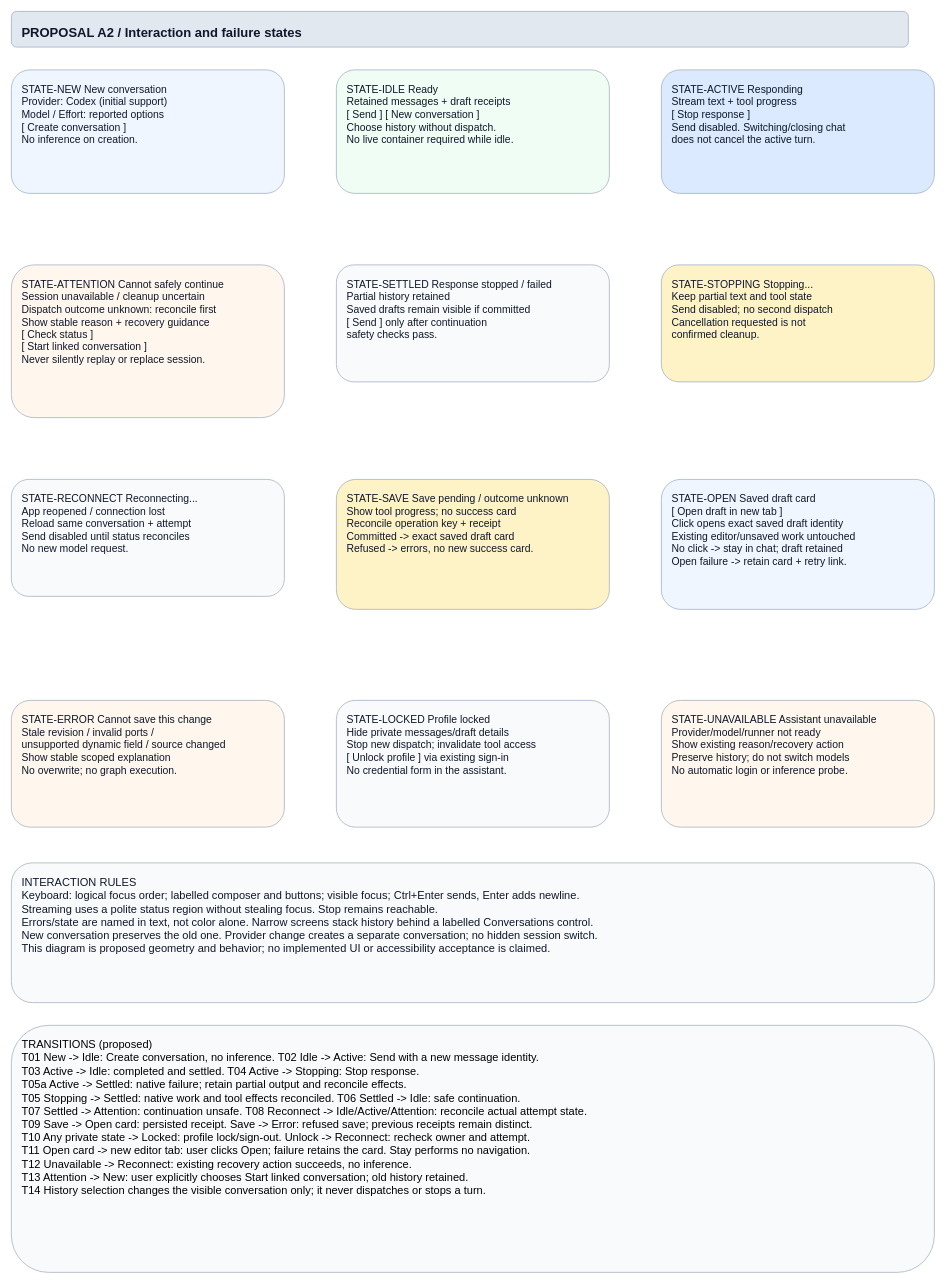
Above: page "A2 - Chat and recovery states" (2 of 3) of projects/laomedo/subsystems/agent-execution/design/application-assistant.drawio in amadou-6e/specs (draw.io), before the change. Source tidied: cells renumbered, new cells numbered last; positions are measured from the earlier drawing's top-left corner, leaving out a move shared by most shapes. Both pictures are drawn from the tidied source at 65%, with x=0, y=0 at pixel (11, 11).
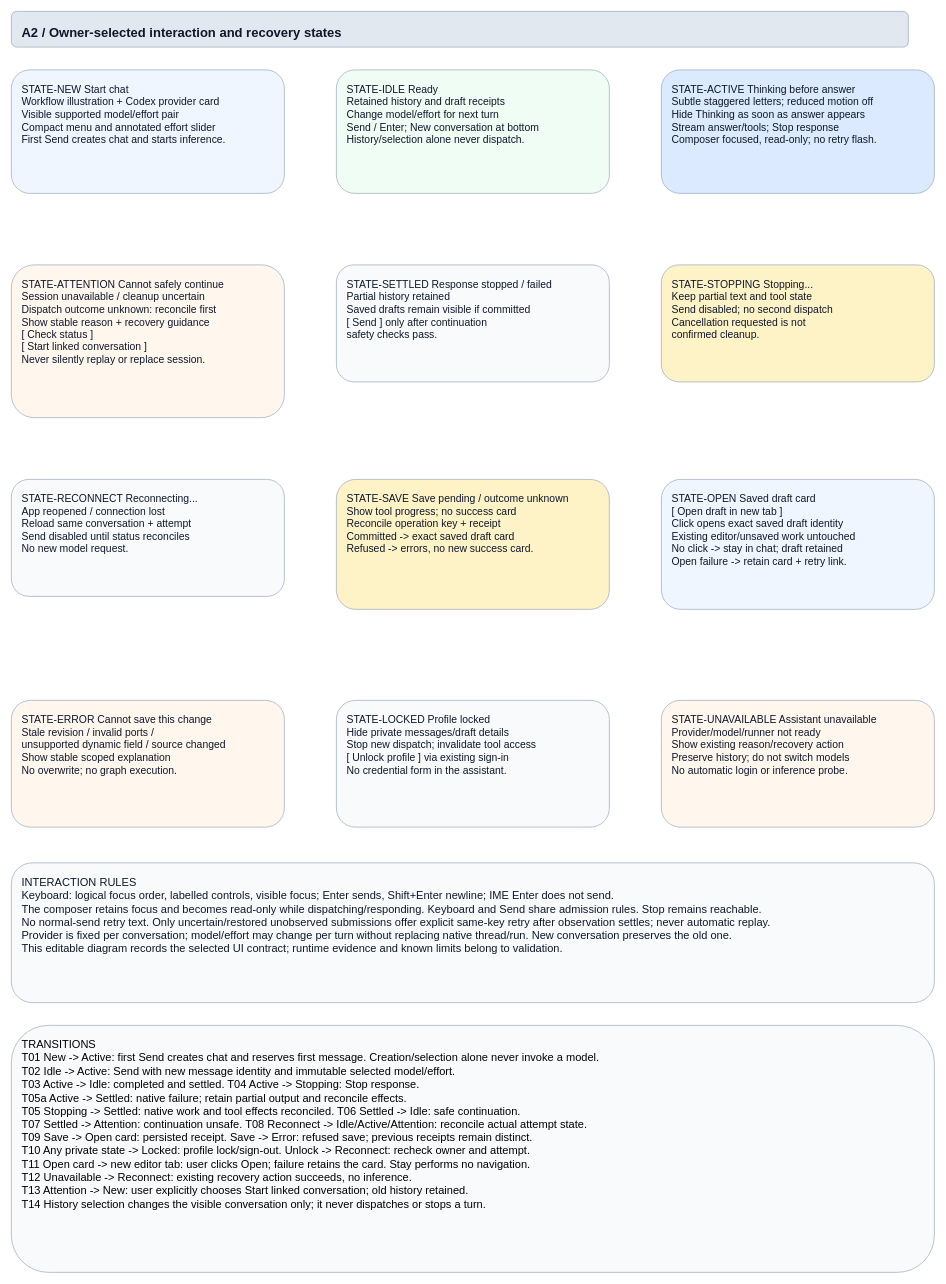
The same page after the edit.

Commit message (it also covers changes not shown here):
docs: align assistant spec with owner-selected chat behavior

Change to the diagram source:
```diff
@@
 <mxGraphModel>
   <root>
     <mxCell id="0" />
     <mxCell id="1" parent="0" />
-    <mxCell id="2" value="PROPOSAL A2 / Interaction and failure states" style="rounded=1;whiteSpace=wrap;html=0;fillColor=#e2e8f0;strokeColor=#94a3b8;fontColor=#0f172a;fontFamily=Arial;fontSize=20;align=left;verticalAlign=top;spacing=16;fontStyle=1;" parent="1" vertex="1">
+    <mxCell id="2" value="A2 / Owner-selected interaction and recovery states" style="rounded=1;whiteSpace=wrap;html=0;fillColor=#e2e8f0;strokeColor=#94a3b8;fontColor=#0f172a;fontFamily=Arial;fontSize=20;align=left;verticalAlign=top;spacing=16;fontStyle=1;" parent="1" vertex="1">
       <mxGeometry width="1380" height="55" as="geometry" />
     </mxCell>
-    <mxCell id="3" value="STATE-NEW  New conversation&#10;Provider: Codex (initial support)&#10;Model / Effort: reported options&#10;[ Create conversation ]&#10;No inference on creation." style="rounded=1;whiteSpace=wrap;html=0;fillColor=#eff6ff;strokeColor=#94a3b8;fontColor=#0f172a;fontFamily=Arial;fontSize=16;align=left;verticalAlign=top;spacing=16;" parent="1" vertex="1">
+    <mxCell id="3" value="STATE-NEW  Start chat&#10;Workflow illustration + Codex provider card&#10;Visible supported model/effort pair&#10;Compact menu and annotated effort slider&#10;First Send creates chat and starts inference." style="rounded=1;whiteSpace=wrap;html=0;fillColor=#eff6ff;strokeColor=#94a3b8;fontColor=#0f172a;fontFamily=Arial;fontSize=16;align=left;verticalAlign=top;spacing=16;" parent="1" vertex="1">
       <mxGeometry y="90" width="420" height="190" as="geometry" />
     </mxCell>
-    <mxCell id="4" value="STATE-IDLE  Ready&#10;Retained messages + draft receipts&#10;[ Send ]  [ New conversation ]&#10;Choose history without dispatch.&#10;No live container required while idle." style="rounded=1;whiteSpace=wrap;html=0;fillColor=#f0fdf4;strokeColor=#94a3b8;fontColor=#0f172a;fontFamily=Arial;fontSize=16;align=left;verticalAlign=top;spacing=16;" parent="1" vertex="1">
+    <mxCell id="4" value="STATE-IDLE  Ready&#10;Retained history and draft receipts&#10;Change model/effort for next turn&#10;Send / Enter; New conversation at bottom&#10;History/selection alone never dispatch." style="rounded=1;whiteSpace=wrap;html=0;fillColor=#f0fdf4;strokeColor=#94a3b8;fontColor=#0f172a;fontFamily=Arial;fontSize=16;align=left;verticalAlign=top;spacing=16;" parent="1" vertex="1">
       <mxGeometry x="500" y="90" width="420" height="190" as="geometry" />
     </mxCell>
-    <mxCell id="5" value="STATE-ACTIVE  Responding&#10;Stream text + tool progress&#10;[ Stop response ]&#10;Send disabled. Switching/closing chat&#10;does not cancel the active turn." style="rounded=1;whiteSpace=wrap;html=0;fillColor=#dbeafe;strokeColor=#94a3b8;fontColor=#0f172a;fontFamily=Arial;fontSize=16;align=left;verticalAlign=top;spacing=16;" parent="1" vertex="1">
+    <mxCell id="5" value="STATE-ACTIVE  Thinking before answer&#10;Subtle staggered letters; reduced motion off&#10;Hide Thinking as soon as answer appears&#10;Stream answer/tools; Stop response&#10;Composer focused, read-only; no retry flash." style="rounded=1;whiteSpace=wrap;html=0;fillColor=#dbeafe;strokeColor=#94a3b8;fontColor=#0f172a;fontFamily=Arial;fontSize=16;align=left;verticalAlign=top;spacing=16;" parent="1" vertex="1">
       <mxGeometry x="1000" y="90" width="420" height="190" as="geometry" />
     </mxCell>
     <mxCell id="6" value="STATE-STOPPING  Stopping...&#10;Keep partial text and tool state&#10;Send disabled; no second dispatch&#10;Cancellation requested is not&#10;confirmed cleanup." style="rounded=1;whiteSpace=wrap;html=0;fillColor=#fef3c7;strokeColor=#94a3b8;fontColor=#0f172a;fontFamily=Arial;fontSize=16;align=left;verticalAlign=top;spacing=16;" parent="1" vertex="1">
       <mxGeometry x="1000" y="390" width="420" height="180" as="geometry" />
     </mxCell>
     <mxCell id="7" value="STATE-SETTLED  Response stopped / failed&#10;Partial history retained&#10;Saved drafts remain visible if committed&#10;[ Send ] only after continuation&#10;safety checks pass." style="rounded=1;whiteSpace=wrap;html=0;fillColor=#f8fafc;strokeColor=#94a3b8;fontColor=#0f172a;fontFamily=Arial;fontSize=16;align=left;verticalAlign=top;spacing=16;" parent="1" vertex="1">
       <mxGeometry x="500" y="390" width="420" height="180" as="geometry" />
     </mxCell>
     <mxCell id="8" value="STATE-ATTENTION  Cannot safely continue&#10;Session unavailable / cleanup uncertain&#10;Dispatch outcome unknown: reconcile first&#10;Show stable reason + recovery guidance&#10;[ Check status ]&#10;[ Start linked conversation ]&#10;Never silently replay or replace session." style="rounded=1;whiteSpace=wrap;html=0;fillColor=#fff7ed;strokeColor=#94a3b8;fontColor=#0f172a;fontFamily=Arial;fontSize=16;align=left;verticalAlign=top;spacing=16;" parent="1" vertex="1">
       <mxGeometry y="390" width="420" height="235" as="geometry" />
     </mxCell>
     <mxCell id="9" value="STATE-RECONNECT  Reconnecting...&#10;App reopened / connection lost&#10;Reload same conversation + attempt&#10;Send disabled until status reconciles&#10;No new model request." style="rounded=1;whiteSpace=wrap;html=0;fillColor=#f8fafc;strokeColor=#94a3b8;fontColor=#0f172a;fontFamily=Arial;fontSize=16;align=left;verticalAlign=top;spacing=16;" parent="1" vertex="1">
       <mxGeometry y="720" width="420" height="180" as="geometry" />
     </mxCell>
     <mxCell id="10" value="STATE-SAVE  Save pending / outcome unknown&#10;Show tool progress; no success card&#10;Reconcile operation key + receipt&#10;Committed -&gt; exact saved draft card&#10;Refused -&gt; errors, no new success card." style="rounded=1;whiteSpace=wrap;html=0;fillColor=#fef3c7;strokeColor=#94a3b8;fontColor=#0f172a;fontFamily=Arial;fontSize=16;align=left;verticalAlign=top;spacing=16;" parent="1" vertex="1">
       <mxGeometry x="500" y="720" width="420" height="200" as="geometry" />
     </mxCell>
     <mxCell id="11" value="STATE-OPEN  Saved draft card&#10;[ Open draft in new tab ]&#10;Click opens exact saved draft identity&#10;Existing editor/unsaved work untouched&#10;No click -&gt; stay in chat; draft retained&#10;Open failure -&gt; retain card + retry link." style="rounded=1;whiteSpace=wrap;html=0;fillColor=#eff6ff;strokeColor=#94a3b8;fontColor=#0f172a;fontFamily=Arial;fontSize=16;align=left;verticalAlign=top;spacing=16;" parent="1" vertex="1">
       <mxGeometry x="1000" y="720" width="420" height="200" as="geometry" />
     </mxCell>
     <mxCell id="12" value="STATE-ERROR  Cannot save this change&#10;Stale revision / invalid ports /&#10;unsupported dynamic field / source changed&#10;Show stable scoped explanation&#10;No overwrite; no graph execution." style="rounded=1;whiteSpace=wrap;html=0;fillColor=#fff7ed;strokeColor=#94a3b8;fontColor=#0f172a;fontFamily=Arial;fontSize=16;align=left;verticalAlign=top;spacing=16;" parent="1" vertex="1">
       <mxGeometry y="1060" width="420" height="195" as="geometry" />
     </mxCell>
     <mxCell id="13" value="STATE-LOCKED  Profile locked&#10;Hide private messages/draft details&#10;Stop new dispatch; invalidate tool access&#10;[ Unlock profile ] via existing sign-in&#10;No credential form in the assistant." style="rounded=1;whiteSpace=wrap;html=0;fillColor=#f8fafc;strokeColor=#94a3b8;fontColor=#0f172a;fontFamily=Arial;fontSize=16;align=left;verticalAlign=top;spacing=16;" parent="1" vertex="1">
       <mxGeometry x="500" y="1060" width="420" height="195" as="geometry" />
     </mxCell>
     <mxCell id="14" value="STATE-UNAVAILABLE  Assistant unavailable&#10;Provider/model/runner not ready&#10;Show existing reason/recovery action&#10;Preserve history; do not switch models&#10;No automatic login or inference probe." style="rounded=1;whiteSpace=wrap;html=0;fillColor=#fff7ed;strokeColor=#94a3b8;fontColor=#0f172a;fontFamily=Arial;fontSize=16;align=left;verticalAlign=top;spacing=16;" parent="1" vertex="1">
       <mxGeometry x="1000" y="1060" width="420" height="195" as="geometry" />
     </mxCell>
-    <mxCell id="15" value="INTERACTION RULES&#10;Keyboard: logical focus order; labelled composer and buttons; visible focus; Ctrl+Enter sends, Enter adds newline.&#10;Streaming uses a polite status region without stealing focus. Stop remains reachable.&#10;Errors/state are named in text, not color alone. Narrow screens stack history behind a labelled Conversations control.&#10;New conversation preserves the old one. Provider change creates a separate conversation; no hidden session switch.&#10;This diagram is proposed geometry and behavior; no implemented UI or accessibility acceptance is claimed." style="rounded=1;whiteSpace=wrap;html=0;fillColor=#f8fafc;strokeColor=#94a3b8;fontColor=#0f172a;fontFamily=Arial;fontSize=17;align=left;verticalAlign=top;spacing=16;" parent="1" vertex="1">
+    <mxCell id="15" value="INTERACTION RULES&#10;Keyboard: logical focus order, labelled controls, visible focus; Enter sends, Shift+Enter newline; IME Enter does not send.&#10;The composer retains focus and becomes read-only while dispatching/responding. Keyboard and Send share admission rules. Stop remains reachable.&#10;No normal-send retry text. Only uncertain/restored unobserved submissions offer explicit same-key retry after observation settles; never automatic replay.&#10;Provider is fixed per conversation; model/effort may change per turn without replacing native thread/run. New conversation preserves the old one.&#10;This editable diagram records the selected UI contract; runtime evidence and known limits belong to validation." style="rounded=1;whiteSpace=wrap;html=0;fillColor=#f8fafc;strokeColor=#94a3b8;fontColor=#0f172a;fontFamily=Arial;fontSize=17;align=left;verticalAlign=top;spacing=16;" parent="1" vertex="1">
       <mxGeometry y="1310" width="1420" height="215" as="geometry" />
     </mxCell>
-    <mxCell id="16" value="TRANSITIONS (proposed)&#10;T01 New -&gt; Idle: Create conversation, no inference. T02 Idle -&gt; Active: Send with a new message identity.&#10;T03 Active -&gt; Idle: completed and settled. T04 Active -&gt; Stopping: Stop response.&#10;T05a Active -&gt; Settled: native failure; retain partial output and reconcile effects.&#10;T05 Stopping -&gt; Settled: native work and tool effects reconciled. T06 Settled -&gt; Idle: safe continuation.&#10;T07 Settled -&gt; Attention: continuation unsafe. T08 Reconnect -&gt; Idle/Active/Attention: reconcile actual attempt state.&#10;T09 Save -&gt; Open card: persisted receipt. Save -&gt; Error: refused save; previous receipts remain distinct.&#10;T10 Any private state -&gt; Locked: profile lock/sign-out. Unlock -&gt; Reconnect: recheck owner and attempt.&#10;T11 Open card -&gt; new editor tab: user clicks Open; failure retains the card. Stay performs no navigation.&#10;T12 Unavailable -&gt; Reconnect: existing recovery action succeeds, no inference.&#10;T13 Attention -&gt; New: user explicitly chooses Start linked conversation; old history retained.&#10;T14 History selection changes the visible conversation only; it never dispatches or stops a turn." style="rounded=1;whiteSpace=wrap;html=0;fillColor=#f8fafc;strokeColor=#94a3b8;fontSize=17;fontFamily=Arial;align=left;verticalAlign=top;spacing=16;" parent="1" vertex="1">
+    <mxCell id="16" value="TRANSITIONS&#10;T01 New -&gt; Active: first Send creates chat and reserves first message. Creation/selection alone never invoke a model.&#10;T02 Idle -&gt; Active: Send with new message identity and immutable selected model/effort.&#10;T03 Active -&gt; Idle: completed and settled. T04 Active -&gt; Stopping: Stop response.&#10;T05a Active -&gt; Settled: native failure; retain partial output and reconcile effects.&#10;T05 Stopping -&gt; Settled: native work and tool effects reconciled. T06 Settled -&gt; Idle: safe continuation.&#10;T07 Settled -&gt; Attention: continuation unsafe. T08 Reconnect -&gt; Idle/Active/Attention: reconcile actual attempt state.&#10;T09 Save -&gt; Open card: persisted receipt. Save -&gt; Error: refused save; previous receipts remain distinct.&#10;T10 Any private state -&gt; Locked: profile lock/sign-out. Unlock -&gt; Reconnect: recheck owner and attempt.&#10;T11 Open card -&gt; new editor tab: user clicks Open; failure retains the card. Stay performs no navigation.&#10;T12 Unavailable -&gt; Reconnect: existing recovery action succeeds, no inference.&#10;T13 Attention -&gt; New: user explicitly chooses Start linked conversation; old history retained.&#10;T14 History selection changes the visible conversation only; it never dispatches or stops a turn." style="rounded=1;whiteSpace=wrap;html=0;fillColor=#f8fafc;strokeColor=#94a3b8;fontSize=17;fontFamily=Arial;align=left;verticalAlign=top;spacing=16;" parent="1" vertex="1">
       <mxGeometry y="1560" width="1420" height="380" as="geometry" />
     </mxCell>
   </root>
 </mxGraphModel>
```
